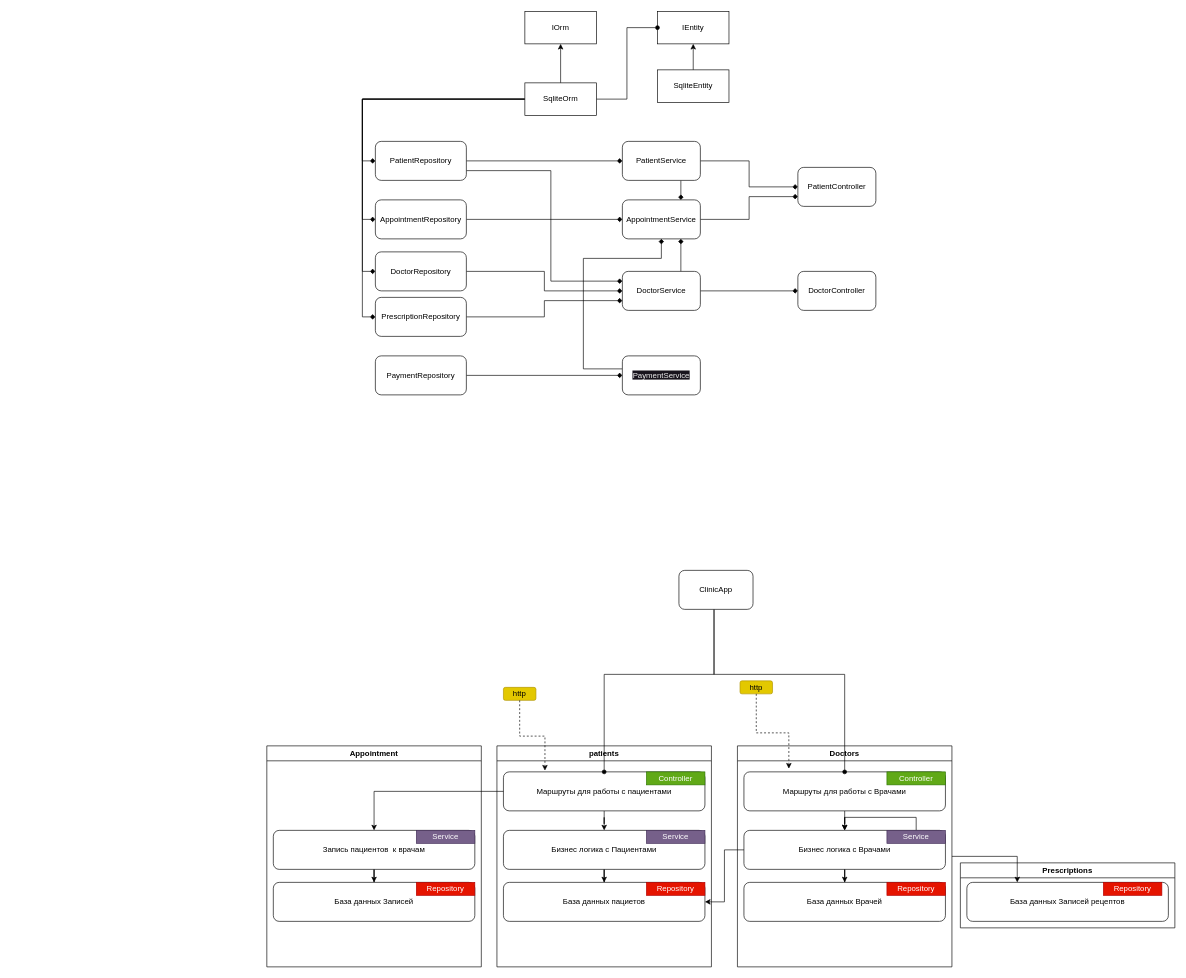
Earlier version of the draw.io diagram WeeklyClinic.drawio (Pixelzzz99/WeeklyClinic). Source tidied: cells renumbered, new cells numbered last; positions are measured from the earlier drawing's top-left corner, leaving out a move shared by most shapes. Both pictures are drawn from the tidied source at 65%, with x=0, y=0 at pixel (266, 11).
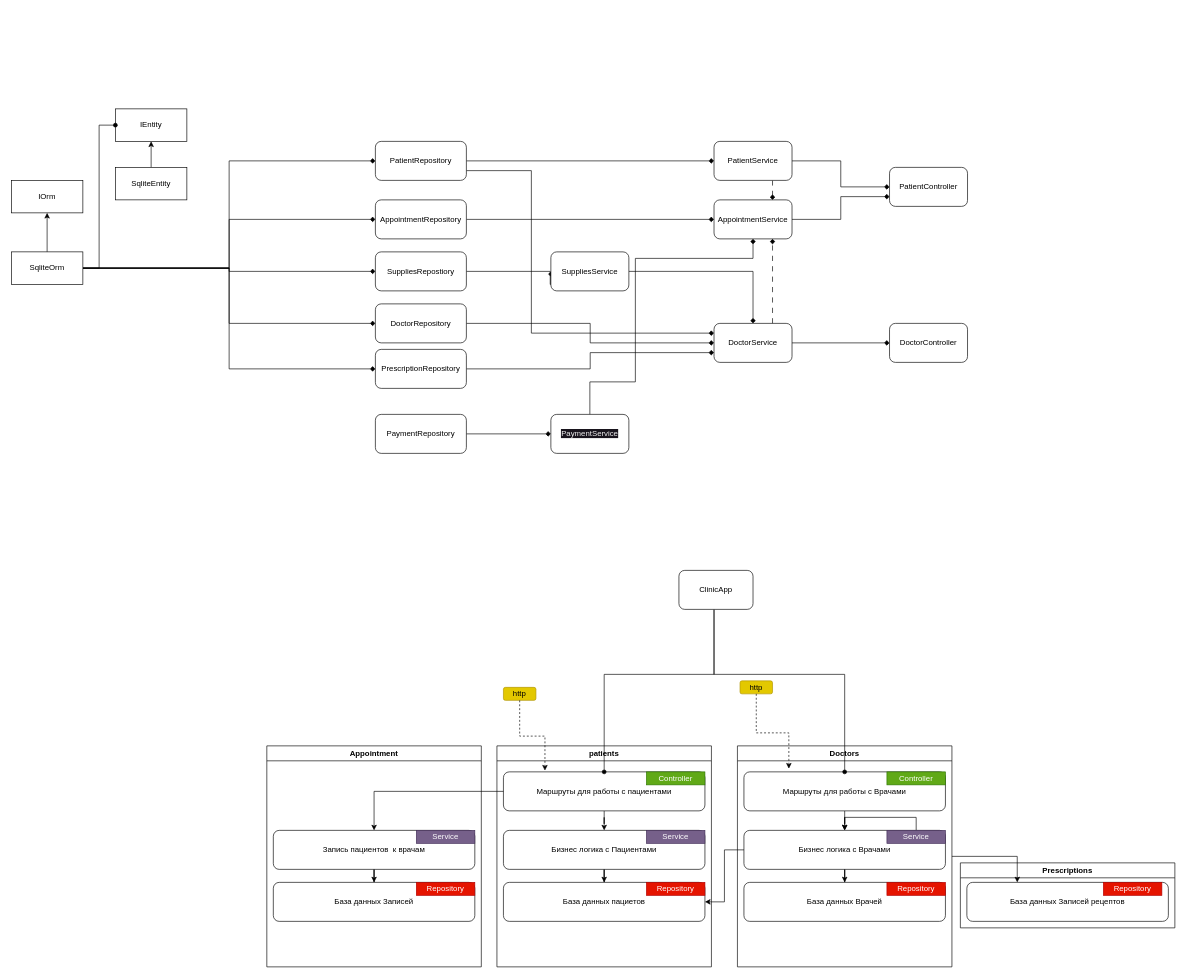
The same diagram, later.

The change refers to these unchanged cells:
```xml
<mxCell id="51" value="PatientRepository" style="rounded=1;whiteSpace=wrap;html=1;" parent="1" vertex="1">
  <mxGeometry x="167" y="200" width="140" height="60" as="geometry" />
</mxCell>
```

The edit, as a diff of the source:
```diff
@@
     <mxCell id="5" value="IOrm" style="html=1;whiteSpace=wrap;" parent="1" vertex="1">
-      <mxGeometry x="397" width="110" height="50" as="geometry" />
+      <mxGeometry x="-393" y="260" width="110" height="50" as="geometry" />
     </mxCell>
     <mxCell id="6" value="IEntity" style="html=1;whiteSpace=wrap;" parent="1" vertex="1">
-      <mxGeometry x="601" width="110" height="50" as="geometry" />
+      <mxGeometry x="-233" y="150" width="110" height="50" as="geometry" />
     </mxCell>
@@
+    <mxCell id="74" style="edgeStyle=orthogonalEdgeStyle;rounded=0;html=1;entryX=0;entryY=0.5;entryDx=0;entryDy=0;endArrow=diamond;endFill=1;" parent="1" edge="1" source="13" target="76">
+      <mxGeometry relative="1" as="geometry" />
+    </mxCell>
     <mxCell id="13" value="SqliteOrm" style="html=1;whiteSpace=wrap;" parent="1" vertex="1">
-      <mxGeometry x="397" y="110" width="110" height="50" as="geometry" />
+      <mxGeometry x="-393" y="370" width="110" height="50" as="geometry" />
     </mxCell>
@@
     <mxCell id="15" value="SqliteEntity" style="html=1;whiteSpace=wrap;" parent="1" vertex="1">
-      <mxGeometry x="601" y="90" width="110" height="50" as="geometry" />
+      <mxGeometry x="-233" y="240" width="110" height="50" as="geometry" />
     </mxCell>
@@
     <mxCell id="50" style="edgeStyle=orthogonalEdgeStyle;rounded=0;jettySize=auto;html=1;exitX=1;exitY=0.75;exitDx=0;exitDy=0;entryX=0;entryY=0.25;entryDx=0;entryDy=0;endArrow=diamond;endFill=1;" parent="1" edge="1" source="51" target="61">
       <mxGeometry relative="1" as="geometry">
         <Array as="points">
-          <mxPoint x="437" y="245" />
-          <mxPoint x="437" y="415" />
+          <mxPoint x="407" y="245" />
+          <mxPoint x="407" y="495" />
         </Array>
       </mxGeometry>
     </mxCell>
@@
     <mxCell id="53" value="DoctorRepository" style="rounded=1;whiteSpace=wrap;html=1;" parent="1" vertex="1">
-      <mxGeometry x="167" y="370" width="140" height="60" as="geometry" />
+      <mxGeometry x="167" y="450" width="140" height="60" as="geometry" />
     </mxCell>
@@
-    <mxCell id="57" style="edgeStyle=orthogonalEdgeStyle;rounded=0;html=1;exitX=0.75;exitY=1;exitDx=0;exitDy=0;entryX=0.75;entryY=0;entryDx=0;entryDy=0;endArrow=diamond;endFill=1;" parent="1" edge="1" source="58" target="63">
+    <mxCell id="57" style="edgeStyle=orthogonalEdgeStyle;rounded=0;html=1;exitX=0.75;exitY=1;exitDx=0;exitDy=0;entryX=0.75;entryY=0;entryDx=0;entryDy=0;endArrow=diamond;endFill=1;dashed=1;dashPattern=8 8;" parent="1" edge="1" source="58" target="63">
       <mxGeometry relative="1" as="geometry" />
     </mxCell>
     <mxCell id="58" value="PatientService" style="rounded=1;whiteSpace=wrap;html=1;" parent="1" vertex="1">
-      <mxGeometry x="547" y="200" width="120" height="60" as="geometry" />
+      <mxGeometry x="688" y="200" width="120" height="60" as="geometry" />
     </mxCell>
@@
-    <mxCell id="60" style="edgeStyle=orthogonalEdgeStyle;rounded=0;html=1;exitX=0.75;exitY=0;exitDx=0;exitDy=0;entryX=0.75;entryY=1;entryDx=0;entryDy=0;endArrow=diamond;endFill=1;" parent="1" edge="1" source="61" target="63">
+    <mxCell id="60" style="edgeStyle=orthogonalEdgeStyle;rounded=0;html=1;exitX=0.75;exitY=0;exitDx=0;exitDy=0;entryX=0.75;entryY=1;entryDx=0;entryDy=0;endArrow=diamond;endFill=1;dashed=1;dashPattern=8 8;" parent="1" edge="1" source="61" target="63">
       <mxGeometry relative="1" as="geometry" />
     </mxCell>
     <mxCell id="61" value="DoctorService" style="rounded=1;whiteSpace=wrap;html=1;" parent="1" vertex="1">
-      <mxGeometry x="547" y="400" width="120" height="60" as="geometry" />
+      <mxGeometry x="688" y="480" width="120" height="60" as="geometry" />
     </mxCell>
@@
     <mxCell id="63" value="AppointmentService" style="rounded=1;whiteSpace=wrap;html=1;" parent="1" vertex="1">
-      <mxGeometry x="547" y="290" width="120" height="60" as="geometry" />
+      <mxGeometry x="688" y="290" width="120" height="60" as="geometry" />
     </mxCell>
     <mxCell id="64" value="PatientController" style="rounded=1;whiteSpace=wrap;html=1;" parent="1" vertex="1">
-      <mxGeometry x="817" y="240" width="120" height="60" as="geometry" />
+      <mxGeometry x="958" y="240" width="120" height="60" as="geometry" />
     </mxCell>
     <mxCell id="65" value="DoctorController" style="rounded=1;whiteSpace=wrap;html=1;" parent="1" vertex="1">
-      <mxGeometry x="817" y="400" width="120" height="60" as="geometry" />
+      <mxGeometry x="958" y="480" width="120" height="60" as="geometry" />
     </mxCell>
@@
     <mxCell id="69" value="PrescriptionRepository" style="rounded=1;whiteSpace=wrap;html=1;" parent="1" vertex="1">
-      <mxGeometry x="167" y="440" width="140" height="60" as="geometry" />
+      <mxGeometry x="167" y="520" width="140" height="60" as="geometry" />
     </mxCell>
@@
     <mxCell id="71" value="PaymentRepository" style="rounded=1;whiteSpace=wrap;html=1;" parent="1" vertex="1">
-      <mxGeometry x="167" y="530" width="140" height="60" as="geometry" />
+      <mxGeometry x="167" y="620" width="140" height="60" as="geometry" />
     </mxCell>
-    <mxCell id="72" style="edgeStyle=orthogonalEdgeStyle;rounded=0;html=1;entryX=0.5;entryY=1;entryDx=0;entryDy=0;endArrow=diamond;endFill=1;" parent="1" edge="1" source="73" target="63">
+    <mxCell id="72" style="edgeStyle=orthogonalEdgeStyle;rounded=0;html=1;entryX=0.5;entryY=1;entryDx=0;entryDy=0;endArrow=diamond;endFill=1;exitX=0.5;exitY=0;exitDx=0;exitDy=0;" parent="1" edge="1" source="73" target="63">
       <mxGeometry relative="1" as="geometry">
         <Array as="points">
-          <mxPoint x="487" y="550" />
-          <mxPoint x="487" y="380" />
-          <mxPoint x="607" y="380" />
+          <mxPoint x="497" y="570" />
+          <mxPoint x="567" y="570" />
+          <mxPoint x="567" y="380" />
+          <mxPoint x="748" y="380" />
         </Array>
       </mxGeometry>
     </mxCell>
     <mxCell id="73" value="&lt;span style=&quot;color: rgb(240, 240, 240); font-family: Helvetica; font-size: 12px; font-style: normal; font-variant-ligatures: normal; font-variant-caps: normal; font-weight: 400; letter-spacing: normal; orphans: 2; text-align: center; text-indent: 0px; text-transform: none; widows: 2; word-spacing: 0px; -webkit-text-stroke-width: 0px; background-color: rgb(24, 20, 29); text-decoration-thickness: initial; text-decoration-style: initial; text-decoration-color: initial; float: none; display: inline !important;&quot;&gt;PaymentService&lt;/span&gt;" style="rounded=1;whiteSpace=wrap;html=1;" parent="1" vertex="1">
-      <mxGeometry x="547" y="530" width="120" height="60" as="geometry" />
+      <mxGeometry x="437" y="620" width="120" height="60" as="geometry" />
     </mxCell>
+    <mxCell id="75" style="edgeStyle=orthogonalEdgeStyle;rounded=0;html=1;entryX=0;entryY=0.5;entryDx=0;entryDy=0;endArrow=diamond;endFill=1;" parent="1" edge="1" source="76" target="78">
+      <mxGeometry relative="1" as="geometry">
+        <Array as="points">
+          <mxPoint x="436" y="400" />
+          <mxPoint x="436" y="420" />
+        </Array>
+      </mxGeometry>
+    </mxCell>
+    <mxCell id="76" value="SuppliesRepostiory" style="rounded=1;whiteSpace=wrap;html=1;" parent="1" vertex="1">
+      <mxGeometry x="167" y="370" width="140" height="60" as="geometry" />
+    </mxCell>
+    <mxCell id="77" style="edgeStyle=orthogonalEdgeStyle;rounded=0;html=1;entryX=0.5;entryY=0;entryDx=0;entryDy=0;endArrow=diamond;endFill=1;" parent="1" edge="1" source="78" target="61">
+      <mxGeometry relative="1" as="geometry" />
+    </mxCell>
+    <mxCell id="78" value="SuppliesService" style="rounded=1;whiteSpace=wrap;html=1;" parent="1" vertex="1">
+      <mxGeometry x="437" y="370" width="120" height="60" as="geometry" />
+    </mxCell>
```
